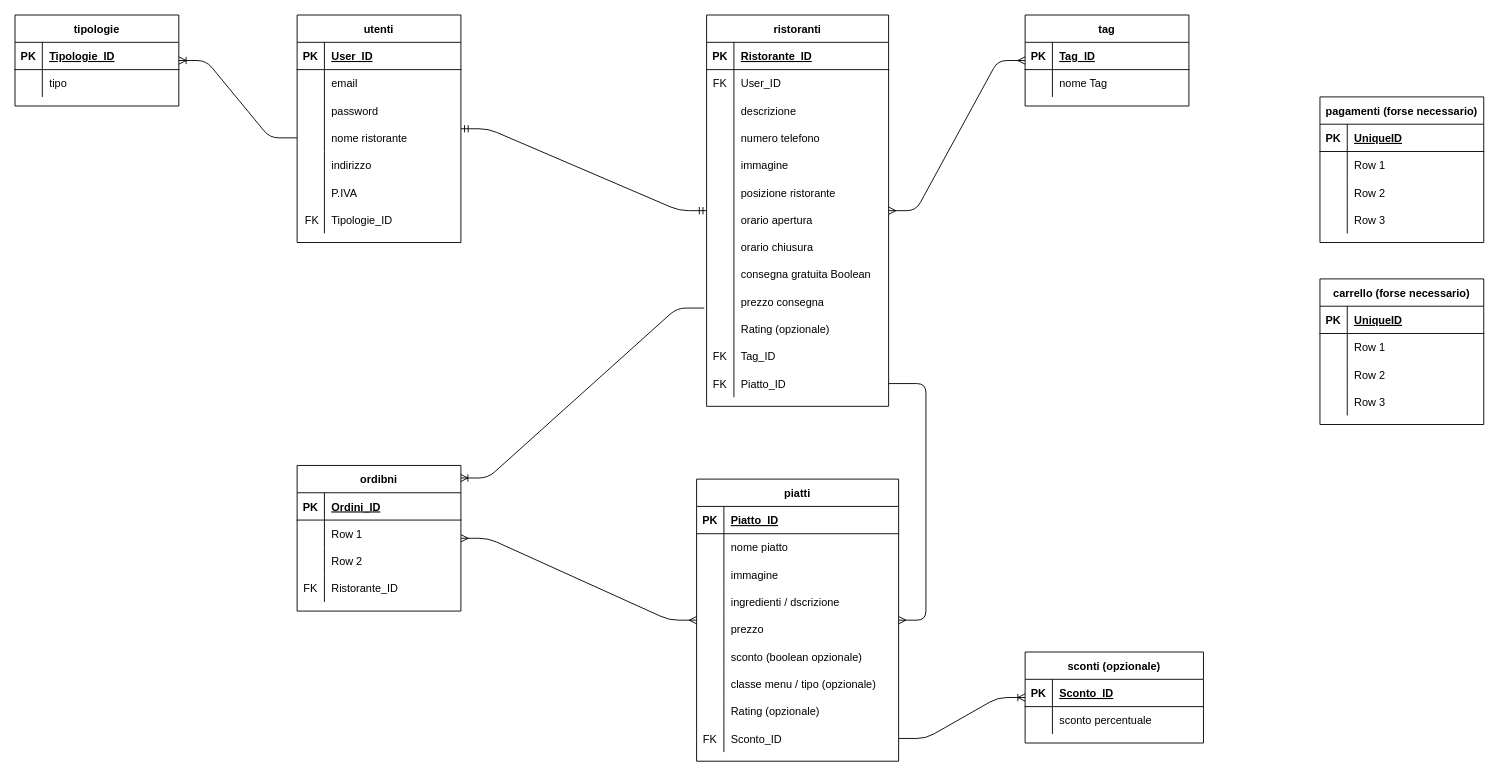
antoniorocca/deliveboo keeps this draw.io diagram as Deliveboo.drawio. Above is the earlier version. Source tidied: cells renumbered, new cells numbered last; positions are measured from the earlier drawing's top-left corner, leaving out a move shared by most shapes. Both pictures are drawn from the tidied source at 91%, with x=0, y=0 at pixel (15, 15).
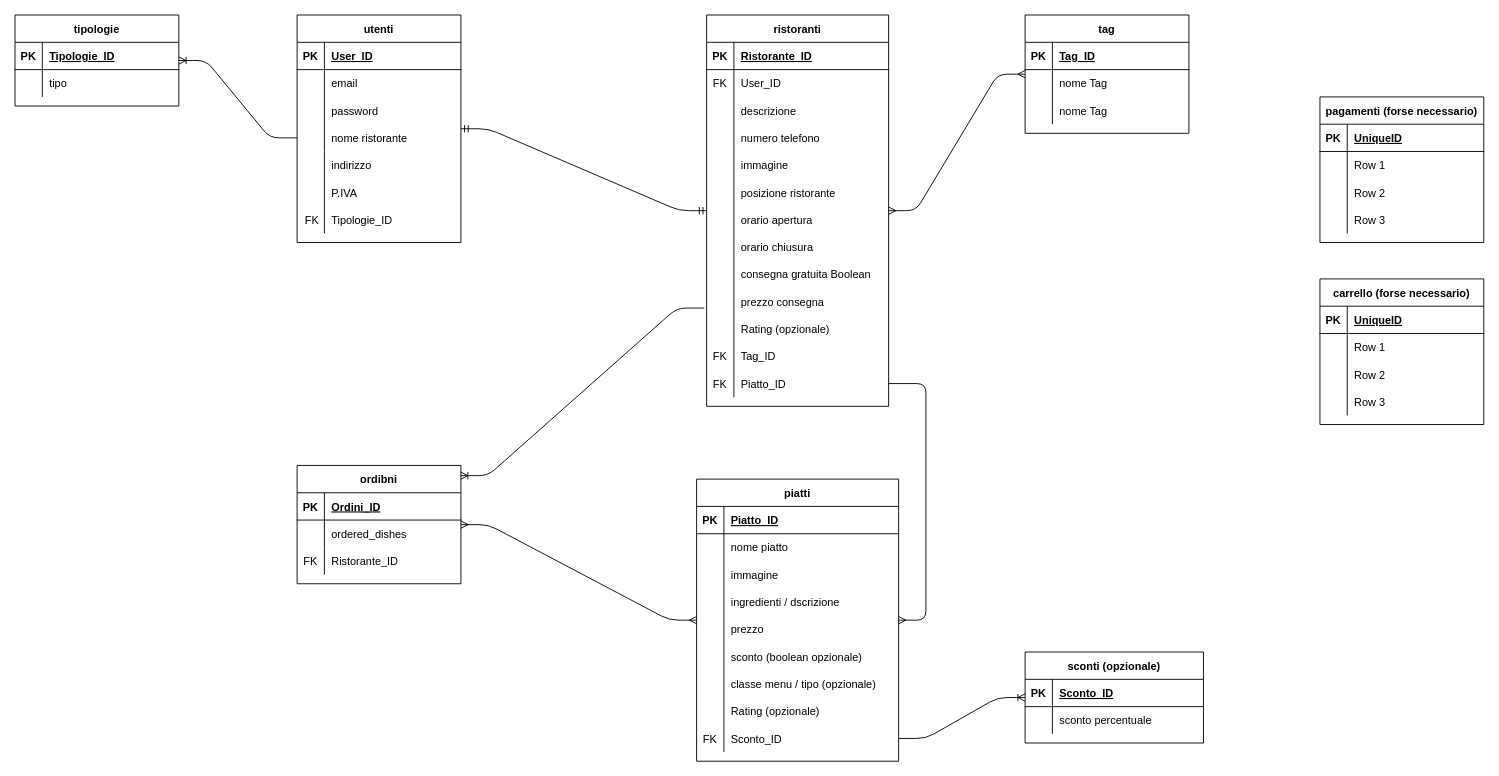
Above is the later version.

Unchanged cells that the change refers to:
```xml
<mxCell id="143" style="shape=partialRectangle;fillColor=none;top=0;left=0;bottom=0;right=0;" parent="139" vertex="1">
  <mxGeometry y="60" width="180" height="30" as="geometry" />
</mxCell>
```

What changed in the source:
```diff
@@
     <mxCell id="112" value="tag" style="shape=table;startSize=30;childLayout=tableLayout;rowLines=0;fontStyle=1;align=center;" parent="1" vertex="1">
-      <mxGeometry x="1110" width="180" height="100" as="geometry" />
+      <mxGeometry x="1110" width="180" height="130" as="geometry" />
     </mxCell>
@@
+    <mxCell id="146" style="shape=partialRectangle;fillColor=none;top=0;left=0;bottom=0;right=0;" parent="112" vertex="1">
+      <mxGeometry y="90" width="180" height="30" as="geometry" />
+    </mxCell>
+    <mxCell id="147" style="shape=partialRectangle;fillColor=none;top=0;left=0;bottom=0;right=0;overflow=hidden;" parent="146" vertex="1">
+      <mxGeometry width="30" height="30" as="geometry" />
+    </mxCell>
+    <mxCell id="159" value="nome Tag" style="shape=partialRectangle;fillColor=none;top=0;left=0;bottom=0;right=0;align=left;spacingLeft=6;overflow=hidden;" parent="146" vertex="1">
+      <mxGeometry x="30" width="150" height="30" as="geometry" />
+    </mxCell>
@@
     <mxCell id="139" value="ordibni" style="shape=table;startSize=30;childLayout=tableLayout;rowLines=0;fontStyle=1;align=center;" parent="1" vertex="1">
-      <mxGeometry x="310" y="495" width="180" height="160" as="geometry" />
+      <mxGeometry x="310" y="495" width="180" height="130" as="geometry" />
     </mxCell>
@@
-    <mxCell id="145" value="Row 1" style="shape=partialRectangle;fillColor=none;top=0;left=0;bottom=0;right=0;align=left;spacingLeft=6;overflow=hidden;" parent="143" vertex="1">
+    <mxCell id="145" value="ordered_dishes" style="shape=partialRectangle;fillColor=none;top=0;left=0;bottom=0;right=0;align=left;spacingLeft=6;overflow=hidden;" parent="143" vertex="1">
       <mxGeometry x="30" width="150" height="30" as="geometry" />
     </mxCell>
-    <mxCell id="146" style="shape=partialRectangle;fillColor=none;top=0;left=0;bottom=0;right=0;" parent="139" vertex="1">
-      <mxGeometry y="90" width="180" height="30" as="geometry" />
-    </mxCell>
-    <mxCell id="147" style="shape=partialRectangle;fillColor=none;top=0;left=0;bottom=0;right=0;overflow=hidden;" parent="146" vertex="1">
-      <mxGeometry width="30" height="30" as="geometry" />
-    </mxCell>
-    <mxCell id="148" value="Row 2" style="shape=partialRectangle;fillColor=none;top=0;left=0;bottom=0;right=0;align=left;spacingLeft=6;overflow=hidden;" parent="146" vertex="1">
-      <mxGeometry x="30" width="150" height="30" as="geometry" />
-    </mxCell>
     <mxCell id="149" style="shape=partialRectangle;fillColor=none;top=0;left=0;bottom=0;right=0;" parent="139" vertex="1">
-      <mxGeometry y="120" width="180" height="30" as="geometry" />
+      <mxGeometry y="90" width="180" height="30" as="geometry" />
     </mxCell>
```
